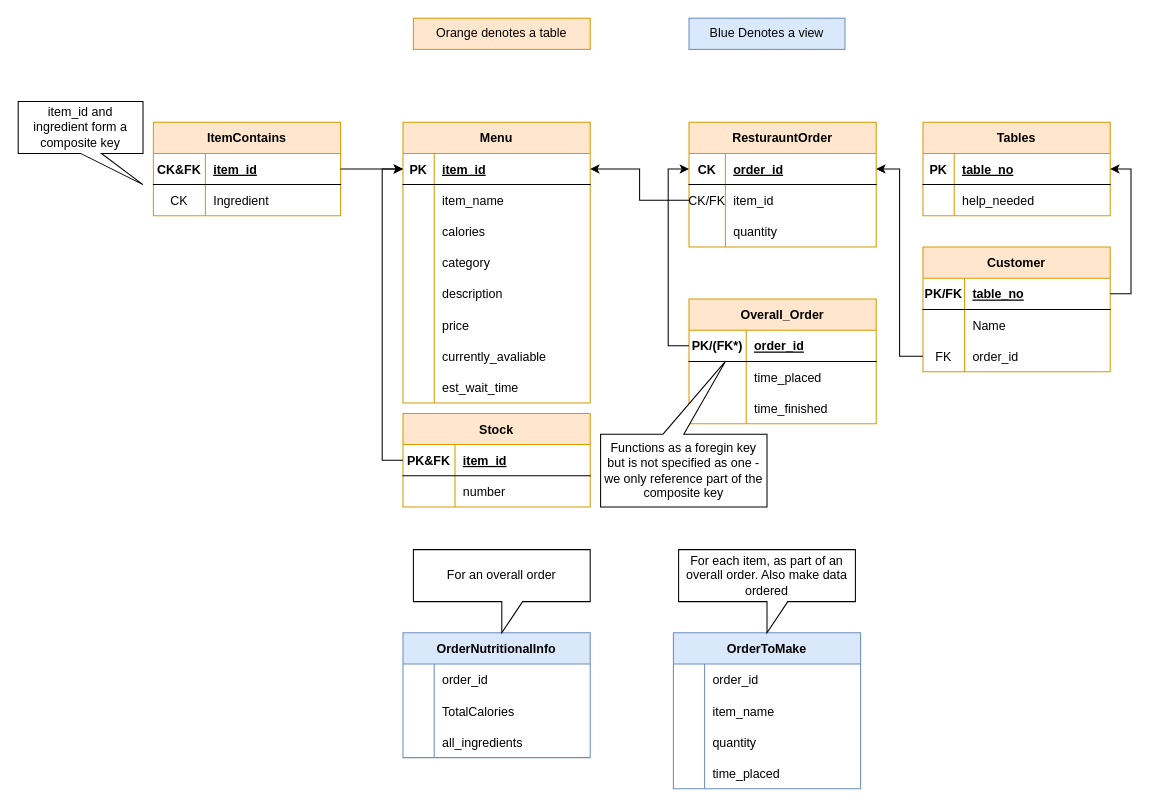
This is SQLDatabase/Diagrams/DrawIOSchema.drawio from mattyblackout/cs2815-project, a draw.io file, before an edit. Source tidied: cells renumbered, new cells numbered last; positions are measured from the earlier drawing's top-left corner, leaving out a move shared by most shapes. Both pictures are drawn from the tidied source at 104%, with x=0, y=0 at pixel (18, 18).
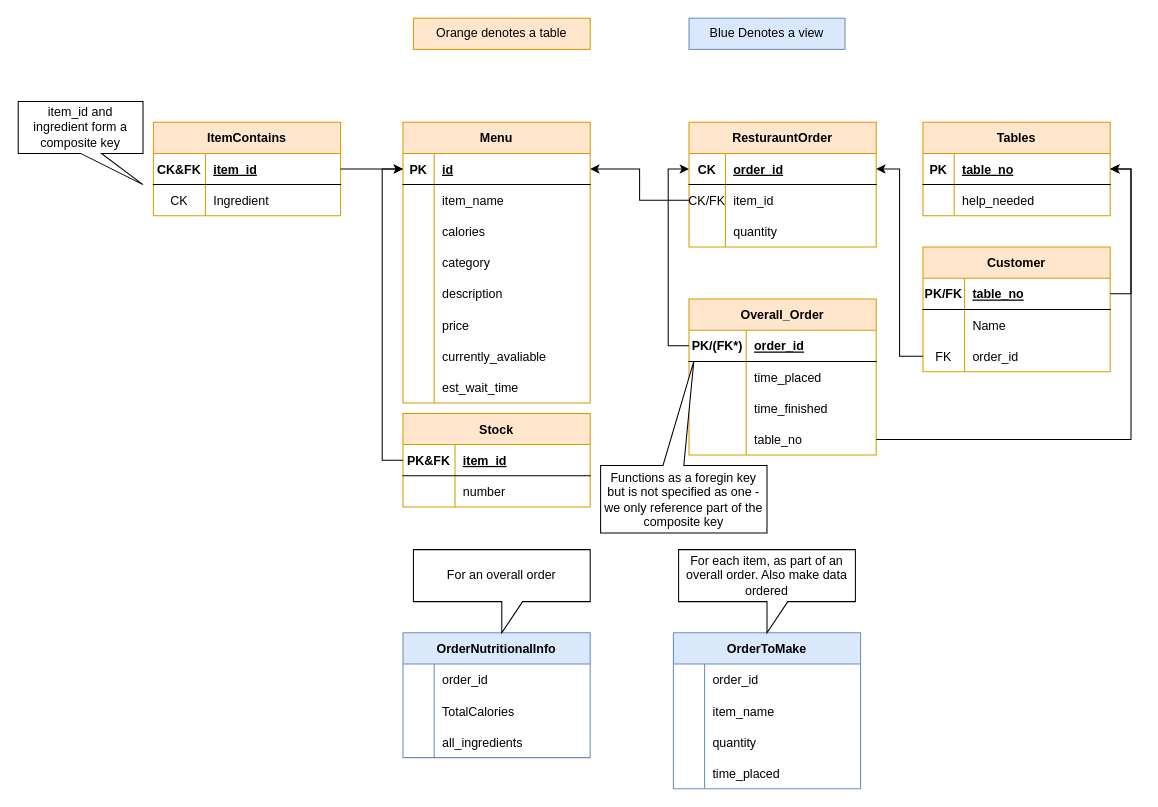
Above is the later version.

Commit message (it also covers changes not shown here):
Corrected rest(a)uraunt typo and changed all references of item_id to id

The change refers to these unchanged cells:
```xml
<mxCell id="3" style="shape=tableRow;horizontal=0;startSize=0;swimlaneHead=0;swimlaneBody=0;fillColor=none;points=[[0,0.5],[1,0.5]];portConstraint=eastwest;top=0;left=0;right=0;bottom=1;" parent="2" vertex="1">
  <mxGeometry y="30" width="180" height="30" as="geometry" />
</mxCell>
<mxCell id="83" style="shape=tableRow;horizontal=0;startSize=0;swimlaneHead=0;swimlaneBody=0;fillColor=none;points=[[0,0.5],[1,0.5]];portConstraint=eastwest;top=0;left=0;right=0;bottom=1;" parent="82" vertex="1">
  <mxGeometry y="30" width="180" height="30" as="geometry" />
</mxCell>
```

Change to the diagram source:
```diff
@@
-    <mxCell id="5" value="item_id" style="shape=partialRectangle;fillColor=none;top=0;left=0;bottom=0;right=0;align=left;spacingLeft=6;fontStyle=5;overflow=hidden;" parent="3" vertex="1">
+    <mxCell id="5" value="id" style="shape=partialRectangle;fillColor=none;top=0;left=0;bottom=0;right=0;align=left;spacingLeft=6;fontStyle=5;overflow=hidden;" parent="3" vertex="1">
       <mxGeometry x="30" width="150" height="30" as="geometry" />
     </mxCell>
@@
     <mxCell id="44" value="Overall_Order" style="shape=table;startSize=30;childLayout=tableLayout;rowLines=0;fontStyle=1;align=center;fillColor=#ffe6cc;strokeColor=#d79b00;" parent="1" vertex="1">
-      <mxGeometry x="645" y="270" width="180" height="120" as="geometry" />
+      <mxGeometry x="645" y="270" width="180" height="150" as="geometry" />
     </mxCell>
@@
+    <mxCell id="113" style="shape=tableRow;horizontal=0;startSize=0;swimlaneHead=0;swimlaneBody=0;fillColor=none;points=[[0,0.5],[1,0.5]];portConstraint=eastwest;top=0;left=0;right=0;bottom=0;" parent="44" vertex="1">
+      <mxGeometry y="120" width="180" height="30" as="geometry" />
+    </mxCell>
+    <mxCell id="114" style="shape=partialRectangle;fillColor=none;top=0;left=0;bottom=0;right=0;overflow=hidden;" parent="113" vertex="1">
+      <mxGeometry width="55" height="30" as="geometry" />
+    </mxCell>
+    <mxCell id="115" value="table_no" style="shape=partialRectangle;fillColor=none;top=0;left=0;bottom=0;right=0;align=left;spacingLeft=6;overflow=hidden;" parent="113" vertex="1">
+      <mxGeometry x="55" width="125" height="30" as="geometry" />
+    </mxCell>
@@
-    <mxCell id="112" value="Functions as a foregin key but is not specified as one - we only reference part of the composite key" style="shape=callout;whiteSpace=wrap;html=1;perimeter=calloutPerimeter;position2=0.25;direction=west;size=70;position=0.5;" parent="1" vertex="1">
-      <mxGeometry x="560" y="330" width="160" height="140" as="geometry" />
+    <mxCell id="112" value="Functions as a foregin key but is not specified as one - we only reference part of the composite key" style="shape=callout;whiteSpace=wrap;html=1;perimeter=calloutPerimeter;position2=0.44;direction=west;size=100;position=0.5;" parent="1" vertex="1">
+      <mxGeometry x="560" y="330" width="160" height="165" as="geometry" />
     </mxCell>
+    <mxCell id="116" style="edgeStyle=orthogonalEdgeStyle;rounded=0;jettySize=auto;html=1;entryX=1;entryY=0.5;entryDx=0;entryDy=0;" parent="1" edge="1" source="113" target="83">
+      <mxGeometry relative="1" as="geometry">
+        <Array as="points">
+          <mxPoint x="1070" y="405" />
+          <mxPoint x="1070" y="145" />
+        </Array>
+      </mxGeometry>
+    </mxCell>
```
